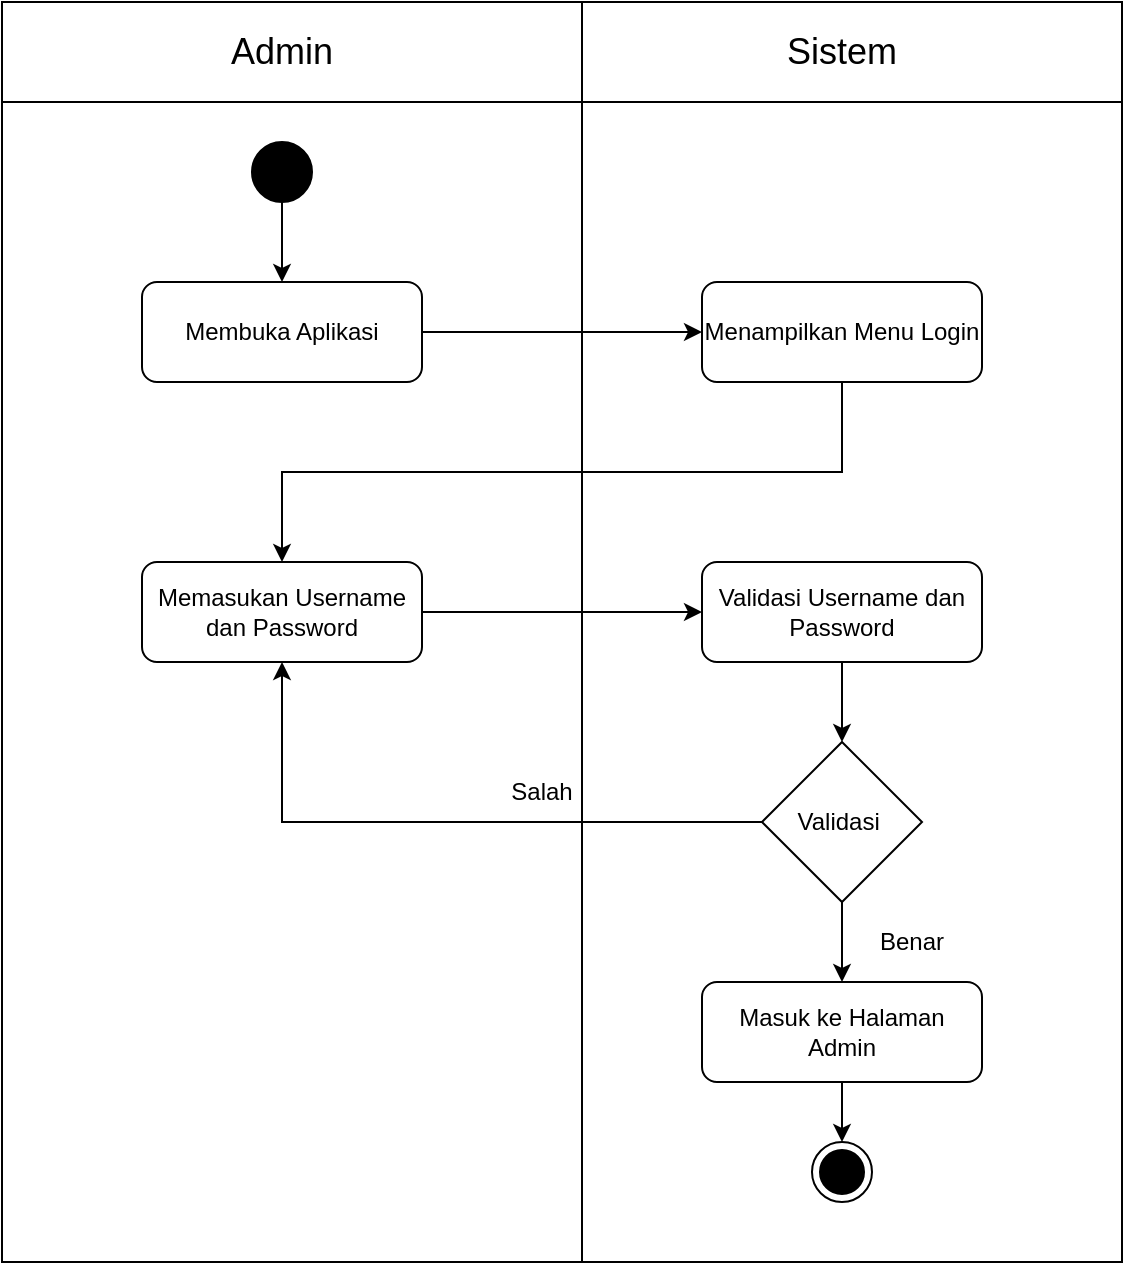
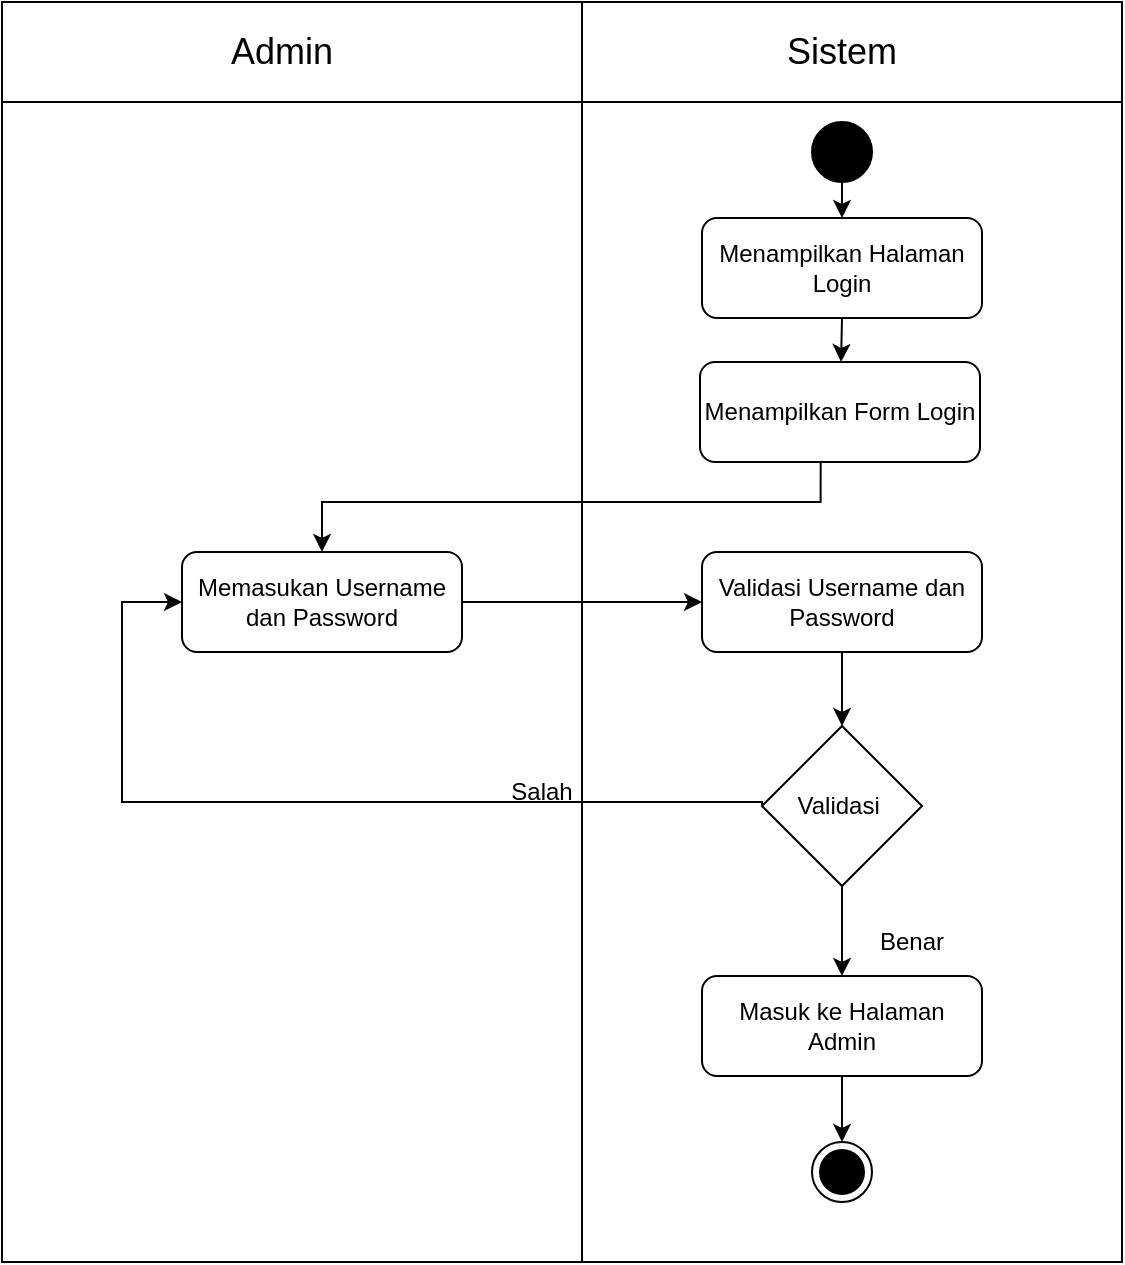
<mxfile host="65bd71144e">
    <diagram id="kEL7M0PXlytdhJxPXJM-" name="Page-1">
-         <mxGraphModel dx="312" dy="652" grid="1" gridSize="10" guides="1" tooltips="1" connect="1" arrows="1" fold="1" page="1" pageScale="1" pageWidth="850" pageHeight="1100" math="0" shadow="0">
+         <mxGraphModel dx="792" dy="797" grid="1" gridSize="10" guides="1" tooltips="1" connect="1" arrows="1" fold="1" page="1" pageScale="1" pageWidth="850" pageHeight="1100" math="0" shadow="0">
            <root>
                <mxCell id="0"/>
                <mxCell id="1" parent="0"/>
                <mxCell id="2" value="" style="shape=internalStorage;whiteSpace=wrap;html=1;backgroundOutline=1;dx=290;dy=50;" parent="1" vertex="1">
                    <mxGeometry x="170" y="100" width="560" height="630" as="geometry"/>
                </mxCell>
                <mxCell id="3" value="Admin" style="text;html=1;whiteSpace=wrap;strokeColor=none;fillColor=none;align=center;verticalAlign=middle;rounded=0;fontSize=18;" parent="1" vertex="1">
                    <mxGeometry x="260" y="110" width="100" height="30" as="geometry"/>
                </mxCell>
                <mxCell id="4" value="Sistem" style="text;html=1;whiteSpace=wrap;strokeColor=none;fillColor=none;align=center;verticalAlign=middle;rounded=0;fontSize=18;" parent="1" vertex="1">
                    <mxGeometry x="540" y="110" width="100" height="30" as="geometry"/>
                </mxCell>
                <mxCell id="5" value="" style="ellipse;whiteSpace=wrap;html=1;aspect=fixed;strokeColor=light-dark(#000000,#000000);fillColor=#000000;fillStyle=auto;" parent="1" vertex="1">
-                     <mxGeometry x="295" y="170" width="30" height="30" as="geometry"/>
+                     <mxGeometry x="575" y="160" width="30" height="30" as="geometry"/>
                </mxCell>
-                 <mxCell id="6" value="" style="endArrow=classic;html=1;exitX=0.5;exitY=1;exitDx=0;exitDy=0;entryX=0.5;entryY=0;entryDx=0;entryDy=0;edgeStyle=orthogonalEdgeStyle;rounded=0;" parent="1" source="5" target="7" edge="1">
+                 <mxCell id="6" value="" style="endArrow=classic;html=1;exitX=0.5;exitY=1;exitDx=0;exitDy=0;entryX=0.5;entryY=0;entryDx=0;entryDy=0;edgeStyle=orthogonalEdgeStyle;rounded=0;" parent="1" source="5" target="8" edge="1">
                    <mxGeometry width="50" height="50" relative="1" as="geometry">
                        <mxPoint x="400" y="440" as="sourcePoint"/>
                        <mxPoint x="450" y="390" as="targetPoint"/>
                    </mxGeometry>
                </mxCell>
-                 <mxCell id="7" value="Membuka Aplikasi" style="rounded=1;whiteSpace=wrap;html=1;" parent="1" vertex="1">
-                     <mxGeometry x="240" y="240" width="140" height="50" as="geometry"/>
+                 <mxCell id="25" style="edgeStyle=none;html=1;exitX=0.5;exitY=1;exitDx=0;exitDy=0;" edge="1" parent="1" source="8" target="24">
+                     <mxGeometry relative="1" as="geometry"/>
                </mxCell>
-                 <mxCell id="8" value="Menampilkan Menu Login" style="rounded=1;whiteSpace=wrap;html=1;" parent="1" vertex="1">
-                     <mxGeometry x="520" y="240" width="140" height="50" as="geometry"/>
+                 <mxCell id="8" value="Menampilkan Halaman Login" style="rounded=1;whiteSpace=wrap;html=1;" parent="1" vertex="1">
+                     <mxGeometry x="520" y="208" width="140" height="50" as="geometry"/>
                </mxCell>
                <mxCell id="9" value="Memasukan Username dan Password" style="rounded=1;whiteSpace=wrap;html=1;" parent="1" vertex="1">
-                     <mxGeometry x="240" y="380" width="140" height="50" as="geometry"/>
-                 </mxCell>
-                 <mxCell id="10" value="" style="endArrow=classic;html=1;exitX=1;exitY=0.5;exitDx=0;exitDy=0;entryX=0;entryY=0.5;entryDx=0;entryDy=0;edgeStyle=orthogonalEdgeStyle;rounded=0;" parent="1" source="7" target="8" edge="1">
-                     <mxGeometry width="50" height="50" relative="1" as="geometry">
-                         <mxPoint x="400" y="430" as="sourcePoint"/>
-                         <mxPoint x="450" y="380" as="targetPoint"/>
-                     </mxGeometry>
-                 </mxCell>
-                 <mxCell id="11" value="" style="endArrow=classic;html=1;exitX=0.5;exitY=1;exitDx=0;exitDy=0;entryX=0.5;entryY=0;entryDx=0;entryDy=0;edgeStyle=orthogonalEdgeStyle;rounded=0;" parent="1" source="8" target="9" edge="1">
-                     <mxGeometry width="50" height="50" relative="1" as="geometry">
-                         <mxPoint x="400" y="410" as="sourcePoint"/>
-                         <mxPoint x="450" y="360" as="targetPoint"/>
-                         <Array as="points">
-                             <mxPoint x="590" y="335"/>
-                             <mxPoint x="310" y="335"/>
-                         </Array>
-                     </mxGeometry>
+                     <mxGeometry x="260" y="375" width="140" height="50" as="geometry"/>
                </mxCell>
                <mxCell id="12" value="Validasi Username dan Password" style="rounded=1;whiteSpace=wrap;html=1;" parent="1" vertex="1">
-                     <mxGeometry x="520" y="380" width="140" height="50" as="geometry"/>
+                     <mxGeometry x="520" y="375" width="140" height="50" as="geometry"/>
                </mxCell>
                <mxCell id="13" value="" style="endArrow=classic;html=1;exitX=1;exitY=0.5;exitDx=0;exitDy=0;entryX=0;entryY=0.5;entryDx=0;entryDy=0;edgeStyle=orthogonalEdgeStyle;rounded=0;" parent="1" source="9" target="12" edge="1">
                    <mxGeometry width="50" height="50" relative="1" as="geometry">
                        <mxPoint x="400" y="410" as="sourcePoint"/>
                        <mxPoint x="450" y="360" as="targetPoint"/>
                    </mxGeometry>
                </mxCell>
                <mxCell id="14" value="Validasi&amp;nbsp;" style="rhombus;whiteSpace=wrap;html=1;" parent="1" vertex="1">
-                     <mxGeometry x="550" y="470" width="80" height="80" as="geometry"/>
+                     <mxGeometry x="550" y="462" width="80" height="80" as="geometry"/>
                </mxCell>
                <mxCell id="15" value="" style="endArrow=classic;html=1;exitX=0.5;exitY=1;exitDx=0;exitDy=0;entryX=0.5;entryY=0;entryDx=0;entryDy=0;edgeStyle=orthogonalEdgeStyle;rounded=0;" parent="1" source="12" target="14" edge="1">
                    <mxGeometry width="50" height="50" relative="1" as="geometry">
                        <mxPoint x="400" y="410" as="sourcePoint"/>
                        <mxPoint x="450" y="360" as="targetPoint"/>
                    </mxGeometry>
                </mxCell>
-                 <mxCell id="16" value="" style="endArrow=classic;html=1;exitX=0;exitY=0.5;exitDx=0;exitDy=0;entryX=0.5;entryY=1;exitDx=0;exitDy=0;entryDx=0;entryDy=0;edgeStyle=orthogonalEdgeStyle;rounded=0;" parent="1" source="14" target="9" edge="1">
+                 <mxCell id="16" value="" style="endArrow=classic;html=1;exitX=0;exitY=0.5;exitDx=0;exitDy=0;entryX=0;entryY=0.5;exitDx=0;exitDy=0;entryDx=0;entryDy=0;edgeStyle=orthogonalEdgeStyle;rounded=0;" parent="1" source="14" target="9" edge="1">
                    <mxGeometry width="50" height="50" relative="1" as="geometry">
                        <mxPoint x="400" y="380" as="sourcePoint"/>
                        <mxPoint x="450" y="330" as="targetPoint"/>
                        <Array as="points">
-                             <mxPoint x="310" y="510"/>
+                             <mxPoint x="550" y="500"/>
+                             <mxPoint x="230" y="500"/>
+                             <mxPoint x="230" y="400"/>
                        </Array>
                    </mxGeometry>
                </mxCell>
                <mxCell id="17" value="Salah" style="text;html=1;whiteSpace=wrap;strokeColor=none;fillColor=none;align=center;verticalAlign=middle;rounded=0;" parent="1" vertex="1">
                    <mxGeometry x="410" y="480" width="60" height="30" as="geometry"/>
                </mxCell>
                <mxCell id="18" value="Benar" style="text;html=1;whiteSpace=wrap;strokeColor=none;fillColor=none;align=center;verticalAlign=middle;rounded=0;" parent="1" vertex="1">
                    <mxGeometry x="595" y="555" width="60" height="30" as="geometry"/>
                </mxCell>
                <mxCell id="19" value="Masuk ke Halaman Admin" style="rounded=1;whiteSpace=wrap;html=1;" parent="1" vertex="1">
-                     <mxGeometry x="520" y="590" width="140" height="50" as="geometry"/>
+                     <mxGeometry x="520" y="587" width="140" height="50" as="geometry"/>
                </mxCell>
                <mxCell id="20" value="" style="endArrow=classic;html=1;exitX=0.5;exitY=1;exitDx=0;exitDy=0;entryX=0.5;entryY=0;entryDx=0;entryDy=0;edgeStyle=orthogonalEdgeStyle;rounded=0;" parent="1" source="14" target="19" edge="1">
                    <mxGeometry width="50" height="50" relative="1" as="geometry">
                        <mxPoint x="400" y="600" as="sourcePoint"/>
                        <mxPoint x="450" y="550" as="targetPoint"/>
                    </mxGeometry>
                </mxCell>
                <mxCell id="21" value="" style="ellipse;html=1;shape=endState;fillColor=#000000;strokeColor=#000000;" parent="1" vertex="1">
                    <mxGeometry x="575" y="670" width="30" height="30" as="geometry"/>
                </mxCell>
                <mxCell id="22" value="" style="endArrow=classic;html=1;exitX=0.5;exitY=1;exitDx=0;exitDy=0;entryX=0.5;entryY=0;entryDx=0;entryDy=0;edgeStyle=orthogonalEdgeStyle;rounded=0;" parent="1" source="19" target="21" edge="1">
                    <mxGeometry width="50" height="50" relative="1" as="geometry">
                        <mxPoint x="400" y="600" as="sourcePoint"/>
                        <mxPoint x="450" y="550" as="targetPoint"/>
                    </mxGeometry>
                </mxCell>
+                 <mxCell id="24" value="Menampilkan Form Login" style="rounded=1;whiteSpace=wrap;html=1;" vertex="1" parent="1">
+                     <mxGeometry x="519" y="280" width="140" height="50" as="geometry"/>
+                 </mxCell>
+                 <mxCell id="26" value="" style="endArrow=classic;html=1;exitX=0.431;exitY=1.008;exitDx=0;exitDy=0;exitDx=0;exitDy=0;edgeStyle=orthogonalEdgeStyle;rounded=0;exitPerimeter=0;entryX=0.5;entryY=0;entryDx=0;entryDy=0;" edge="1" parent="1" source="24" target="9">
+                     <mxGeometry width="50" height="50" relative="1" as="geometry">
+                         <mxPoint x="640" y="490" as="sourcePoint"/>
+                         <mxPoint x="350" y="400" as="targetPoint"/>
+                         <Array as="points">
+                             <mxPoint x="579" y="350"/>
+                             <mxPoint x="330" y="350"/>
+                         </Array>
+                     </mxGeometry>
+                 </mxCell>
            </root>
        </mxGraphModel>
    </diagram>
</mxfile>